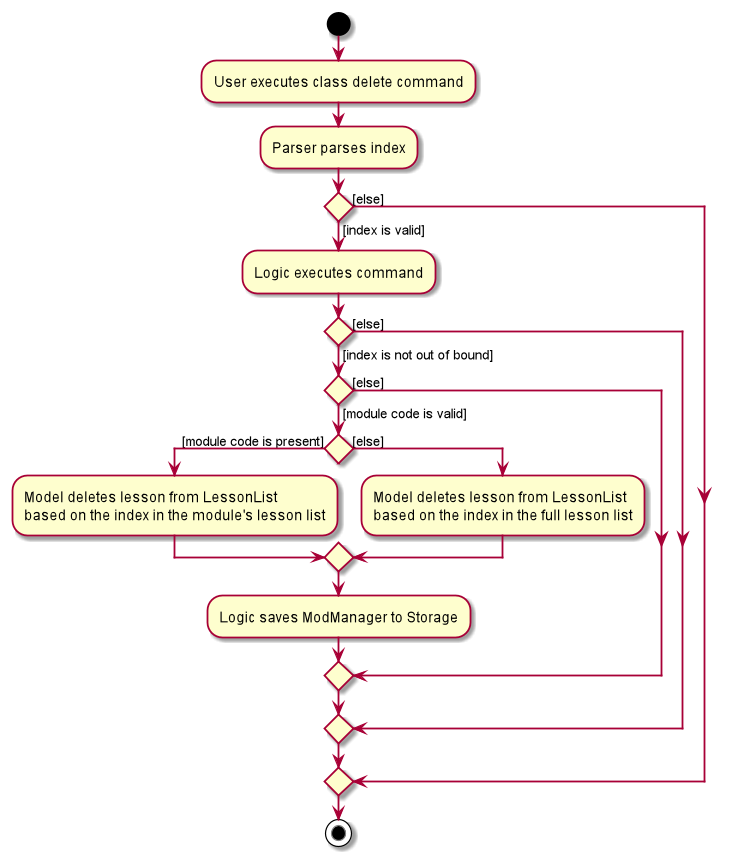
Above: docs/images/LessonDeleteActivityDiagram.png in zixinn/main (PlantUML), before the change. Its diagram source:
```plantuml
@startuml
start
:User executes class delete command;
:Parser parses index;
if () then ([index is valid])
    :Logic executes command;
    if () then ([index is not out of bound])
        if () then ([module code is valid])
            if () then ([module code is present])
                :Model deletes lesson from LessonList\nbased on the index in the module's lesson list;
            else ([else])
                :Model deletes lesson from LessonList\nbased on the index in the full lesson list;
            endif
            :Logic saves ModManager to Storage;
        else ([else])
        endif
    else ([else])
    endif
else ([else])
endif
stop
@enduml
```
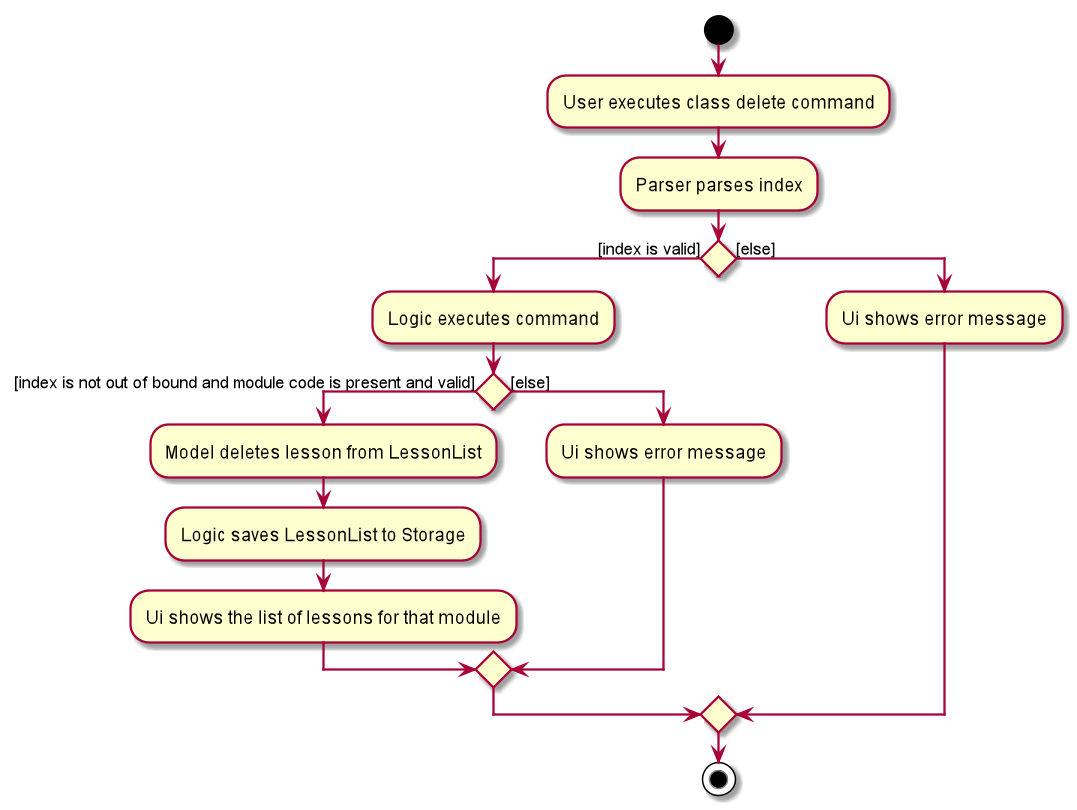
After the change.

What changed in the source:
```diff
@@ -4,19 +4,15 @@
 :Parser parses index;
 if () then ([index is valid])
     :Logic executes command;
-    if () then ([index is not out of bound])
-        if () then ([module code is valid])
-            if () then ([module code is present])
-                :Model deletes lesson from LessonList\nbased on the index in the module's lesson list;
-            else ([else])
-                :Model deletes lesson from LessonList\nbased on the index in the full lesson list;
-            endif
-            :Logic saves ModManager to Storage;
-        else ([else])
-        endif
+    if () then ([index is not out of bound and module code is present and valid])
+        :Model deletes lesson from LessonList;
+        :Logic saves LessonList to Storage;
+        :Ui shows the list of lessons for that module;
     else ([else])
+        :Ui shows error message;
     endif
 else ([else])
+    :Ui shows error message;
 endif
 stop
 @enduml
```
